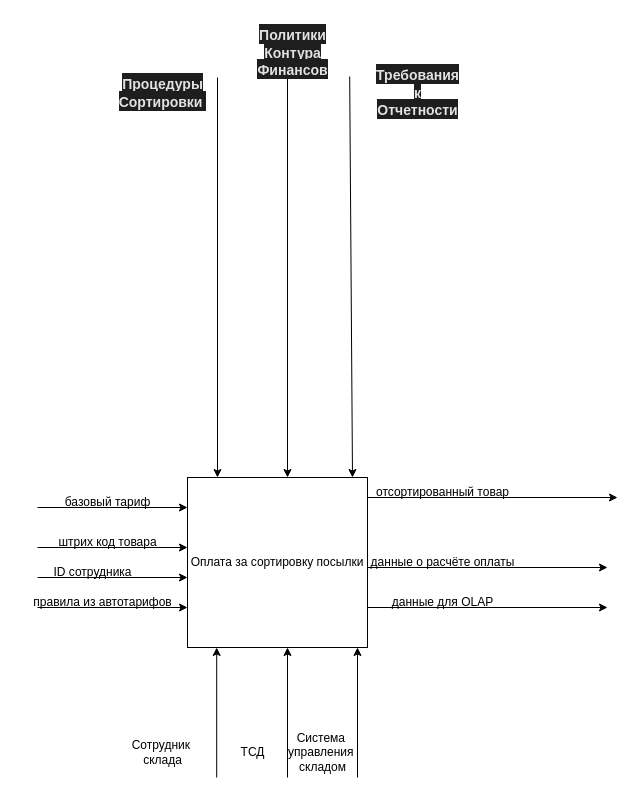
moroshma/MiniToolStream keeps this draw.io diagram as page "finance_A0" (6 of 8) of MiniToolStream_idef0.drawio. Above is the earlier version. Source tidied: cells renumbered, new cells numbered last; positions are measured from the earlier drawing's top-left corner, leaving out a move shared by most shapes. Both pictures are drawn from the tidied source at 100%, with x=0, y=0 at pixel (17, 37).
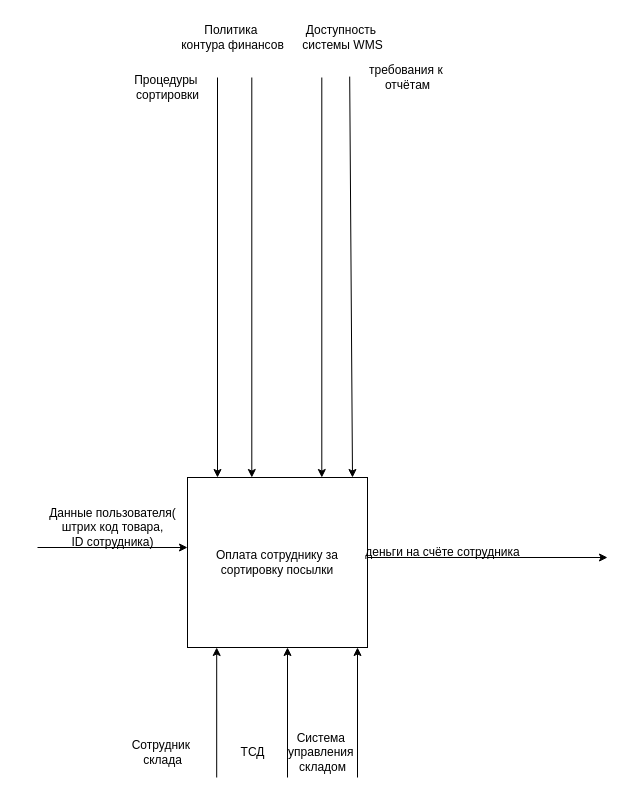
After the change.

What changed in the source:
```diff
@@
-    <mxCell id="2" value="Оплата за сортировку посылки" style="html=1;whiteSpace=wrap;" parent="1" vertex="1">
+    <mxCell id="2" value="Оплата сотруднику за сортировку посылки" style="html=1;whiteSpace=wrap;" parent="1" vertex="1">
       <mxGeometry x="170" y="440" width="180" height="170" as="geometry" />
     </mxCell>
-    <mxCell id="3" style="endArrow=classic;html=1;rounded=0;" parent="1" edge="1">
-      <mxGeometry relative="1" as="geometry">
-        <mxPoint x="20" y="540" as="sourcePoint" />
-        <mxPoint x="170" y="540" as="targetPoint" />
-      </mxGeometry>
-    </mxCell>
-    <mxCell id="4" style="endArrow=classic;html=1;rounded=0;" parent="1" edge="1">
-      <mxGeometry relative="1" as="geometry">
-        <mxPoint x="20" y="570" as="sourcePoint" />
-        <mxPoint x="170" y="570" as="targetPoint" />
-      </mxGeometry>
-    </mxCell>
@@
-    <mxCell id="7" value="правила из автотарифов" style="text;html=1;align=center;verticalAlign=middle;strokeColor=none;fillColor=none;" parent="1" vertex="1">
-      <mxGeometry y="550" width="170" height="30" as="geometry" />
-    </mxCell>
-    <mxCell id="8" value="ID сотрудника" style="text;html=1;align=center;verticalAlign=middle;strokeColor=none;fillColor=none;" parent="1" vertex="1">
-      <mxGeometry x="25" y="520" width="100" height="30" as="geometry" />
-    </mxCell>
@@
     <mxCell id="10" style="endArrow=classic;html=1;rounded=0;" parent="1" edge="1">
       <mxGeometry relative="1" as="geometry">
-        <mxPoint x="350" y="530" as="sourcePoint" />
-        <mxPoint x="590" y="530" as="targetPoint" />
+        <mxPoint x="350" y="520" as="sourcePoint" />
+        <mxPoint x="590" y="520" as="targetPoint" />
       </mxGeometry>
     </mxCell>
@@
-    <mxCell id="12" value="&lt;strong style=&quot;box-sizing: border-box; color: rgb(226, 226, 229); font-family: &amp;quot;Google Sans Text&amp;quot;, &amp;quot;Helvetica Neue&amp;quot;, sans-serif; font-size: 14px; text-align: left; text-wrap-mode: wrap; background-color: rgb(30, 30, 30);&quot; class=&quot;ng-star-inserted&quot;&gt;&lt;span style=&quot;box-sizing: border-box;&quot; class=&quot;ng-star-inserted&quot;&gt;Процедуры Сортировки&amp;nbsp;&lt;/span&gt;&lt;/strong&gt;" style="text;html=1;align=center;verticalAlign=middle;strokeColor=none;fillColor=none;" parent="1" vertex="1">
-      <mxGeometry x="45" y="40" width="200" height="30" as="geometry" />
-    </mxCell>
@@
-    <mxCell id="17" value="штрих код товара" style="text;html=1;align=center;verticalAlign=middle;strokeColor=none;fillColor=none;" parent="1" vertex="1">
-      <mxGeometry x="30" y="490" width="120" height="30" as="geometry" />
+    <mxCell id="17" value="Данные пользователя(&lt;div&gt;штрих код товара,&lt;/div&gt;&lt;div&gt;ID сотрудника)&lt;/div&gt;" style="text;html=1;align=center;verticalAlign=middle;strokeColor=none;fillColor=none;" parent="1" vertex="1">
+      <mxGeometry x="20" y="460" width="150" height="60" as="geometry" />
     </mxCell>
-    <mxCell id="18" style="endArrow=classic;html=1;rounded=0;" parent="1" edge="1">
-      <mxGeometry relative="1" as="geometry">
-        <mxPoint x="20" y="470" as="sourcePoint" />
-        <mxPoint x="170" y="470" as="targetPoint" />
-      </mxGeometry>
-    </mxCell>
-    <mxCell id="19" value="базовый тариф" style="text;html=1;align=center;verticalAlign=middle;strokeColor=none;fillColor=none;" parent="1" vertex="1">
-      <mxGeometry x="35" y="450" width="110" height="30" as="geometry" />
-    </mxCell>
-    <mxCell id="20" style="endArrow=classic;html=1;rounded=0;exitX=0.161;exitY=-0.031;exitDx=0;exitDy=0;exitPerimeter=0;" parent="1" edge="1" source="21">
+    <mxCell id="20" style="endArrow=classic;html=1;rounded=0;exitX=0.161;exitY=-0.031;exitDx=0;exitDy=0;exitPerimeter=0;" parent="1" edge="1">
       <mxGeometry relative="1" as="geometry">
+        <mxPoint x="332.2" y="39.1" as="sourcePoint" />
         <mxPoint x="335" y="440" as="targetPoint" />
       </mxGeometry>
     </mxCell>
-    <mxCell id="21" value="&lt;strong style=&quot;box-sizing: border-box; color: rgb(226, 226, 229); font-family: &amp;quot;Google Sans Text&amp;quot;, &amp;quot;Helvetica Neue&amp;quot;, sans-serif; font-size: 14px; text-align: left; text-wrap-mode: wrap; background-color: rgb(30, 30, 30);&quot; class=&quot;ng-star-inserted&quot;&gt;&lt;span style=&quot;box-sizing: border-box;&quot; class=&quot;ng-star-inserted&quot;&gt;Требования к Отчетности&lt;/span&gt;&lt;/strong&gt;" style="text;html=1;align=center;verticalAlign=middle;points=[];strokeColor=none;fillColor=none;" parent="1" vertex="1">
-      <mxGeometry x="300" y="40" width="200" height="30" as="geometry" />
-    </mxCell>
     <mxCell id="22" style="endArrow=classic;html=1;rounded=0;" parent="1" edge="1">
       <mxGeometry relative="1" as="geometry">
-        <mxPoint x="270" y="40" as="sourcePoint" />
-        <mxPoint x="270" y="440" as="targetPoint" />
+        <mxPoint x="234.3" y="40" as="sourcePoint" />
+        <mxPoint x="234.3" y="440" as="targetPoint" />
       </mxGeometry>
     </mxCell>
-    <mxCell id="23" value="&lt;strong style=&quot;box-sizing: border-box; color: rgb(226, 226, 229); font-family: &amp;quot;Google Sans Text&amp;quot;, &amp;quot;Helvetica Neue&amp;quot;, sans-serif; font-size: 14px; text-align: left; text-wrap-mode: wrap; background-color: rgb(30, 30, 30);&quot; class=&quot;ng-star-inserted&quot;&gt;&lt;span style=&quot;box-sizing: border-box;&quot; class=&quot;ng-star-inserted&quot;&gt;Политики Контура Финансов&lt;/span&gt;&lt;/strong&gt;" style="text;html=1;align=center;verticalAlign=middle;strokeColor=none;fillColor=none;" parent="1" vertex="1">
-      <mxGeometry x="160" width="230" height="30" as="geometry" />
-    </mxCell>
-    <mxCell id="24" style="endArrow=classic;html=1;rounded=0;" parent="1" edge="1">
-      <mxGeometry relative="1" as="geometry">
-        <mxPoint x="350" y="460" as="sourcePoint" />
-        <mxPoint x="600" y="460" as="targetPoint" />
-      </mxGeometry>
-    </mxCell>
-    <mxCell id="25" value="отсортированный товар" style="text;html=1;align=center;verticalAlign=middle;strokeColor=none;fillColor=none;" parent="1" vertex="1">
-      <mxGeometry x="345" y="440" width="160" height="30" as="geometry" />
-    </mxCell>
-    <mxCell id="26" value="данные о расчёте оплаты" style="text;html=1;align=center;verticalAlign=middle;strokeColor=none;fillColor=none;" parent="1" vertex="1">
-      <mxGeometry x="340" y="510" width="170" height="30" as="geometry" />
+    <mxCell id="26" value="деньги на счёте сотрудника" style="text;html=1;align=center;verticalAlign=middle;strokeColor=none;fillColor=none;" parent="1" vertex="1">
+      <mxGeometry x="335" y="500" width="180" height="30" as="geometry" />
     </mxCell>
-    <mxCell id="27" style="endArrow=classic;html=1;rounded=0;" parent="1" edge="1">
-      <mxGeometry relative="1" as="geometry">
-        <mxPoint x="350" y="570" as="sourcePoint" />
-        <mxPoint x="590" y="570" as="targetPoint" />
-      </mxGeometry>
-    </mxCell>
-    <mxCell id="28" value="данные для OLAP" style="text;html=1;align=center;verticalAlign=middle;strokeColor=none;fillColor=none;" parent="1" vertex="1">
-      <mxGeometry x="360" y="550" width="130" height="30" as="geometry" />
-    </mxCell>
+    <mxCell id="29" value="Процедуры&amp;nbsp;&lt;div&gt;сортировки&lt;/div&gt;" style="text;html=1;align=center;verticalAlign=middle;strokeColor=none;fillColor=none;" parent="1" vertex="1">
+      <mxGeometry x="105" y="30" width="90" height="40" as="geometry" />
+    </mxCell>
+    <mxCell id="30" value="Политика&amp;nbsp;&lt;div&gt;контура финансов&lt;/div&gt;" style="text;html=1;align=center;verticalAlign=middle;strokeColor=none;fillColor=none;" parent="1" vertex="1">
+      <mxGeometry x="150" y="-20" width="130" height="40" as="geometry" />
+    </mxCell>
+    <mxCell id="31" value="требования к&amp;nbsp;&lt;div&gt;отчётам&lt;/div&gt;" style="text;html=1;align=center;verticalAlign=middle;strokeColor=none;fillColor=none;" parent="1" vertex="1">
+      <mxGeometry x="340" y="20" width="100" height="40" as="geometry" />
+    </mxCell>
+    <mxCell id="32" style="endArrow=classic;html=1;rounded=0;" parent="1" edge="1">
+      <mxGeometry relative="1" as="geometry">
+        <mxPoint x="304.3" y="40" as="sourcePoint" />
+        <mxPoint x="304.3" y="440" as="targetPoint" />
+      </mxGeometry>
+    </mxCell>
+    <mxCell id="33" value="Доступность&amp;nbsp;&lt;br&gt;системы WMS" style="text;html=1;align=center;verticalAlign=middle;strokeColor=none;fillColor=none;" parent="1" vertex="1">
+      <mxGeometry x="275" y="-20" width="100" height="40" as="geometry" />
+    </mxCell>
```
